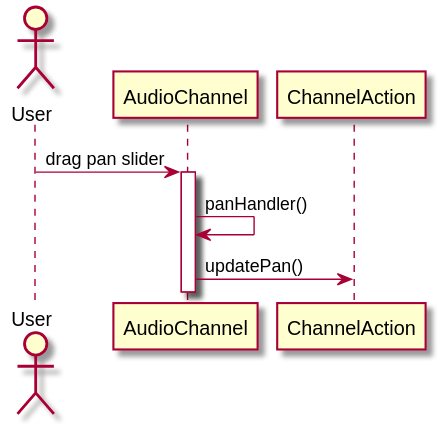
This is out/sequence_diagram/updatePan/updatePan.svg from austudio-team/austudio-uml-graph, a PlantUML export, as it was before one commit. Source of this version:
```plantuml
@startuml
actor User

User -> AudioChannel: drag pan slider
activate AudioChannel
AudioChannel -> AudioChannel: panHandler()
AudioChannel -> ChannelAction: updatePan()

@enduml
```
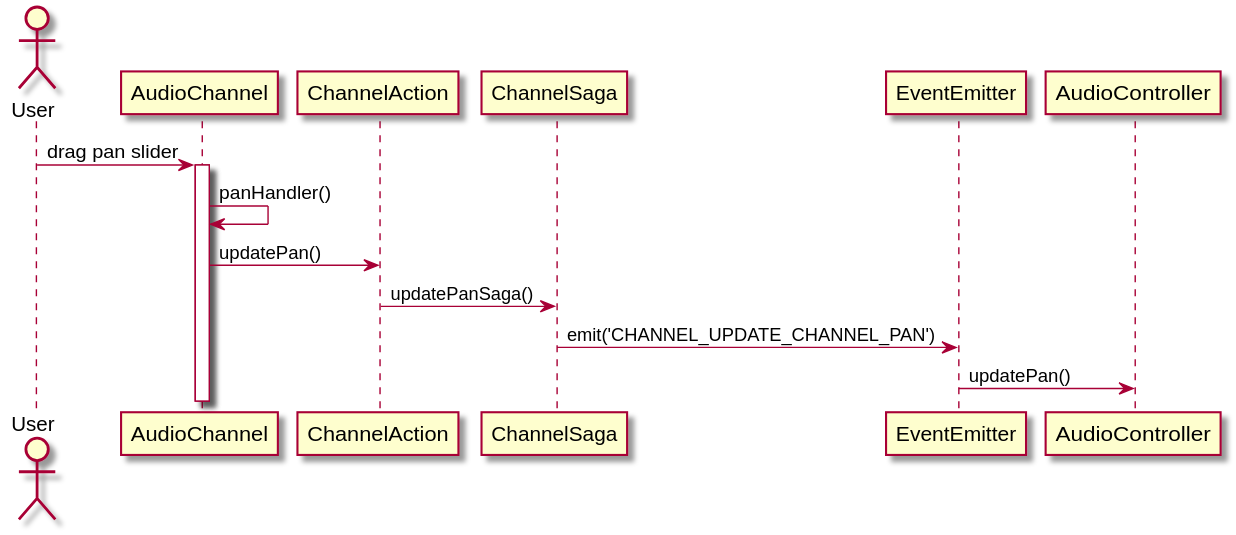
Above is the later version.

Change to the diagram source:
```diff
@@ -5,5 +5,7 @@
 activate AudioChannel
 AudioChannel -> AudioChannel: panHandler()
 AudioChannel -> ChannelAction: updatePan()
-
+ChannelAction -> ChannelSaga: updatePanSaga()
+ChannelSaga -> EventEmitter: emit('CHANNEL_UPDATE_CHANNEL_PAN')
+EventEmitter -> AudioController: updatePan()
 @enduml
```
